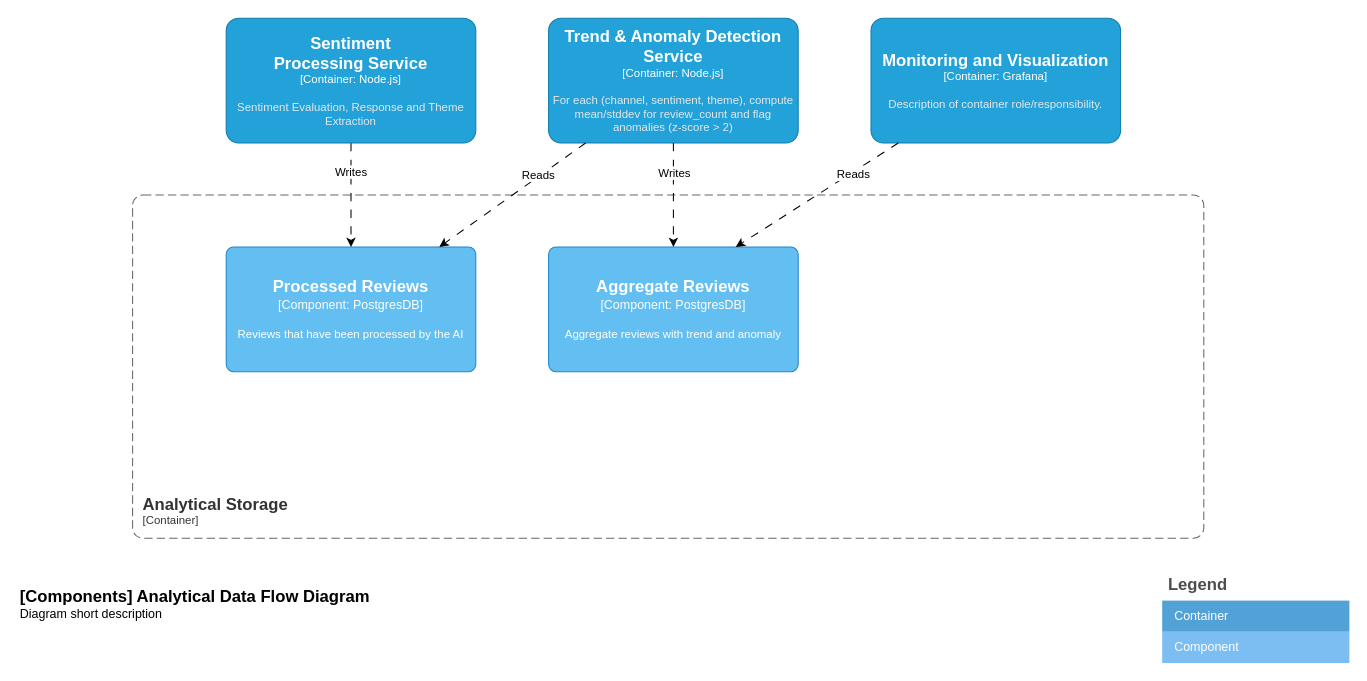
This is page "container-analytical-storage" (4 of 4) of docs/diagrams.drawio from fusion-platform-services/fps-blueprint-ai-sentiment-analysis-and-response, a draw.io file, before an edit. Source tidied: cells renumbered, new cells numbered last; positions are measured from the earlier drawing's top-left corner, leaving out a move shared by most shapes. Both pictures are drawn from the tidied source at 104%, with x=0, y=0 at pixel (18, 18).
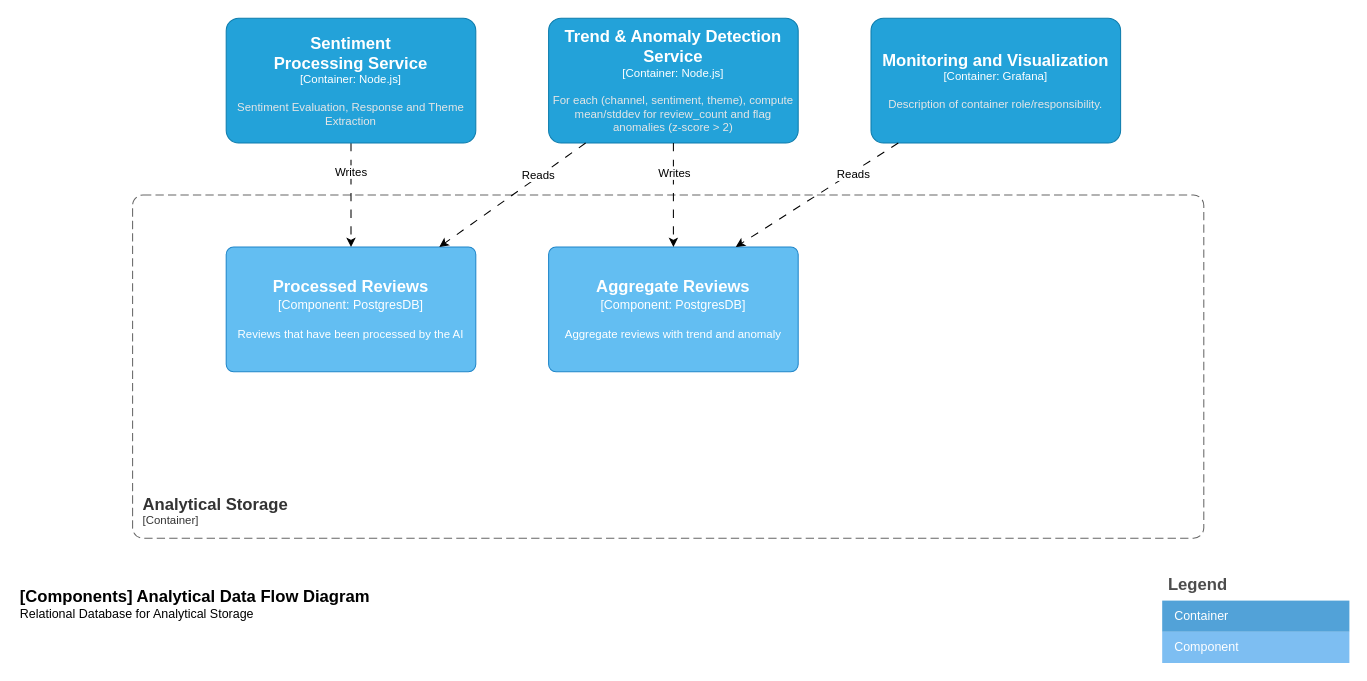
Above is the later version.

Change to the diagram source:
```diff
@@
-    <object id="3" label="&lt;font style=&quot;font-size: 16px&quot;&gt;&lt;b&gt;&lt;div style=&quot;text-align: left&quot;&gt;%c4Name%&lt;/div&gt;&lt;/b&gt;&lt;/font&gt;&lt;div style=&quot;text-align: left&quot;&gt;%c4Description%&lt;/div&gt;" c4Description="Diagram short description" c4Name="[Components] Analytical Data Flow Diagram" placeholders="1">
+    <object id="3" label="&lt;font style=&quot;font-size: 16px&quot;&gt;&lt;b&gt;&lt;div style=&quot;text-align: left&quot;&gt;%c4Name%&lt;/div&gt;&lt;/b&gt;&lt;/font&gt;&lt;div style=&quot;text-align: left&quot;&gt;%c4Description%&lt;/div&gt;" c4Description="Relational Database for Analytical Storage" c4Name="[Components] Analytical Data Flow Diagram" placeholders="1">
       <mxCell style="text;html=1;strokeColor=none;fillColor=none;align=left;verticalAlign=top;whiteSpace=wrap;rounded=1;" parent="1" vertex="1">
         <mxGeometry y="540" width="400" height="40" as="geometry" />
       </mxCell>
     </object>
```
